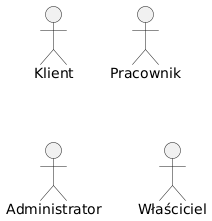
The PlantUML diagram docs/aktorzy.png in WojciechSzade/dpachain, before a commit.
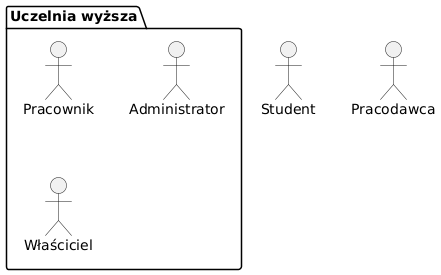
The same diagram one commit later.

Change to the diagram source:
```diff
@@ -1,6 +1,9 @@
 @startuml
-:Klient:
+:Student:
+:Pracodawca:
+package "Uczelnia wyższa" {
 :Pracownik:
 :Administrator:
 :Właściciel:
+}
 @enduml
```
